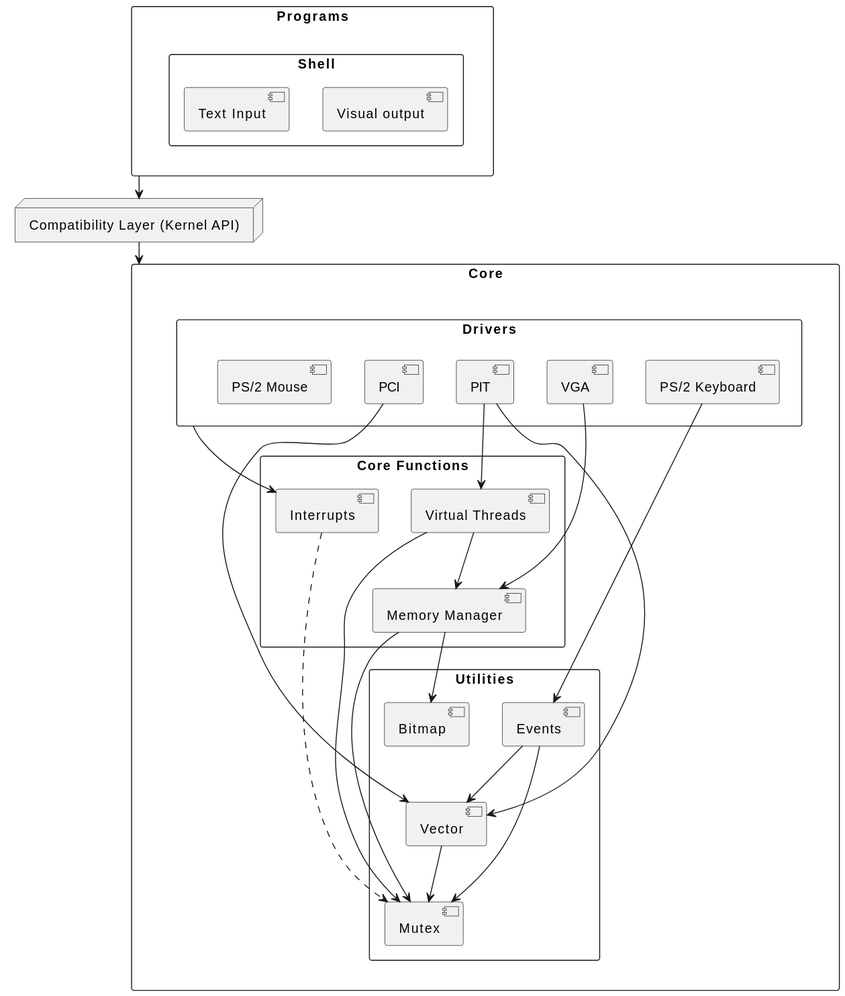
cactoes/virtual_reflections_os keeps this PlantUML diagram as docs/svg/kernel diagram.svg. Above is the earlier version.
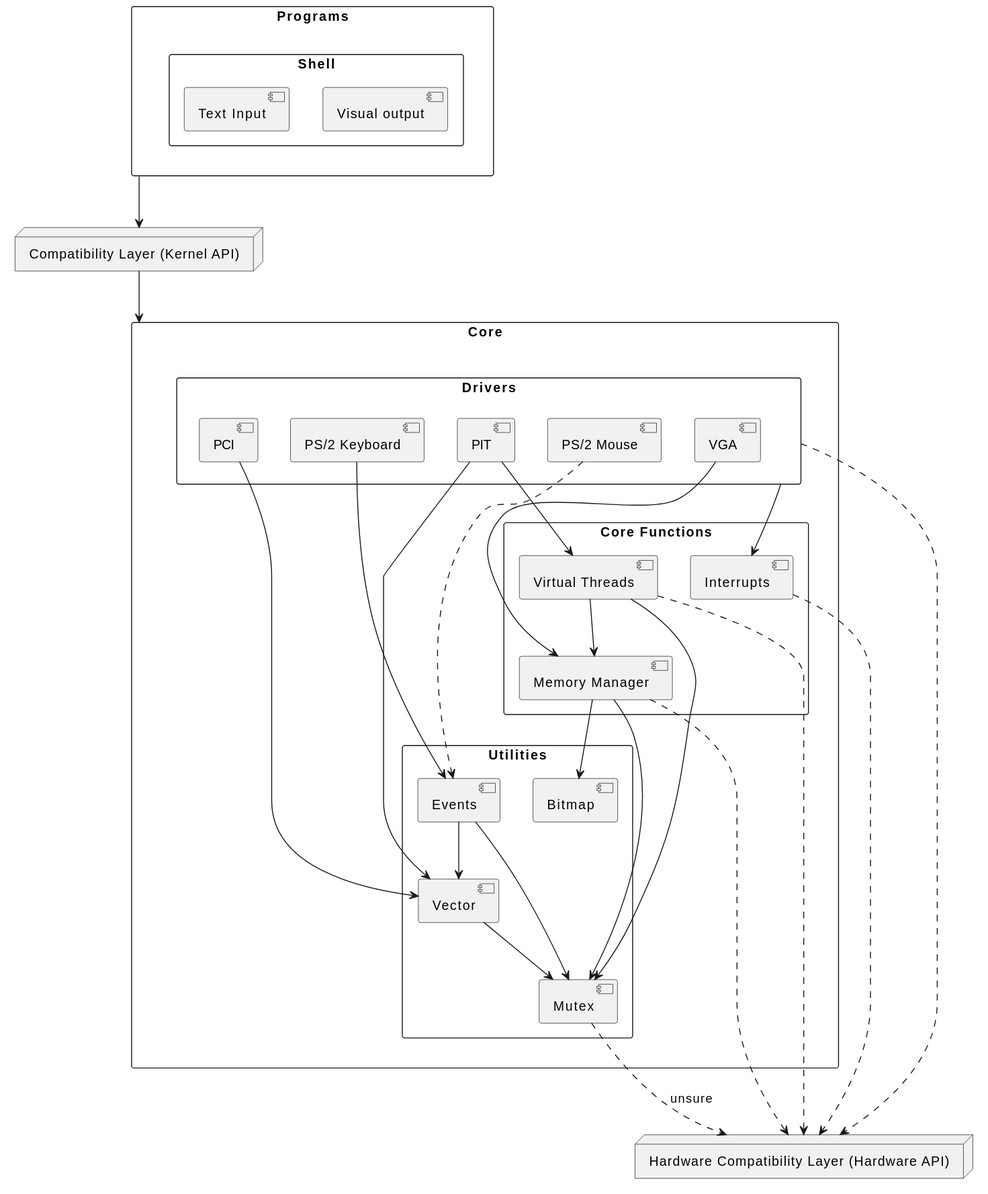
After the commit.

Commit message:
auto generated diagrams [skip ci]

Diff of the diagram source:
```diff
@@ -1,4 +1,6 @@
 @startuml
+node "Hardware Compatibility Layer (Hardware API)" as HWCL {
+}
 
 rectangle "Core" {
     rectangle "Drivers" {
@@ -29,14 +31,13 @@
 [Memory Manager] --> [Bitmap]
 [Memory Manager] --> [Mutex]
 
-[Interrupts] ..> [Mutex]
-
 [Drivers] --> [Interrupts]
 [PCI] --> [Vector]
 [PIT] --> [Vector]
 [PIT] --> [Virtual Threads]
 [VGA] --> [Memory Manager]
 [PS/2 Keyboard] --> [Events]
+[PS/2 Mouse] ..> [Events]
 
 [Events] --> [Mutex]
 [Events] --> [Vector]
@@ -54,4 +55,10 @@
 
 Programs --> CL
 CL --> Core
+
+[Interrupts] ..> HWCL
+Drivers ..> HWCL
+[Memory Manager] ..> HWCL
+[Virtual Threads] ..> HWCL
+[Mutex] ..> HWCL : unsure
 @enduml
```
